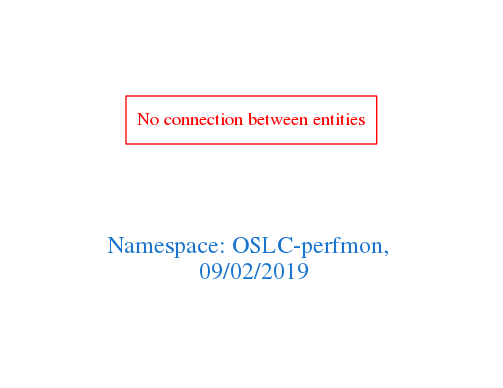
The Graphviz diagram downloads/OSLC-perfmon.png in arago/OGIT, before a commit. Its source is kept beside it as downloads/OSLC-perfmon.dot.
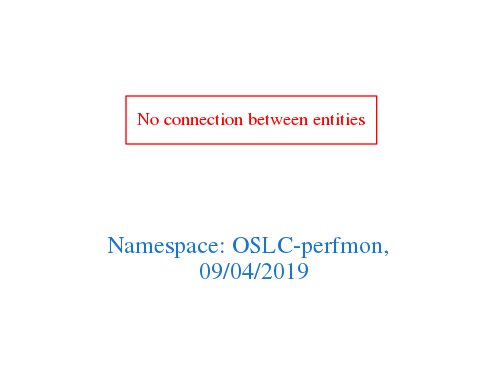
After the commit.

Change to the diagram source:
```diff
@@ -1,7 +1,7 @@
 digraph OGIT_ontology {
  graph [ rankdir= LR,pad=1
 fontsize = 18,
-fontcolor= dodgerblue3,label = "\n\n\nNamespace: OSLC-perfmon, \n 09/02/2019"];
+fontcolor= dodgerblue3,label = "\n\n\nNamespace: OSLC-perfmon, \n 09/04/2019"];
 node[shape=polygon];
 edge [  color="gray81"];
 
```
